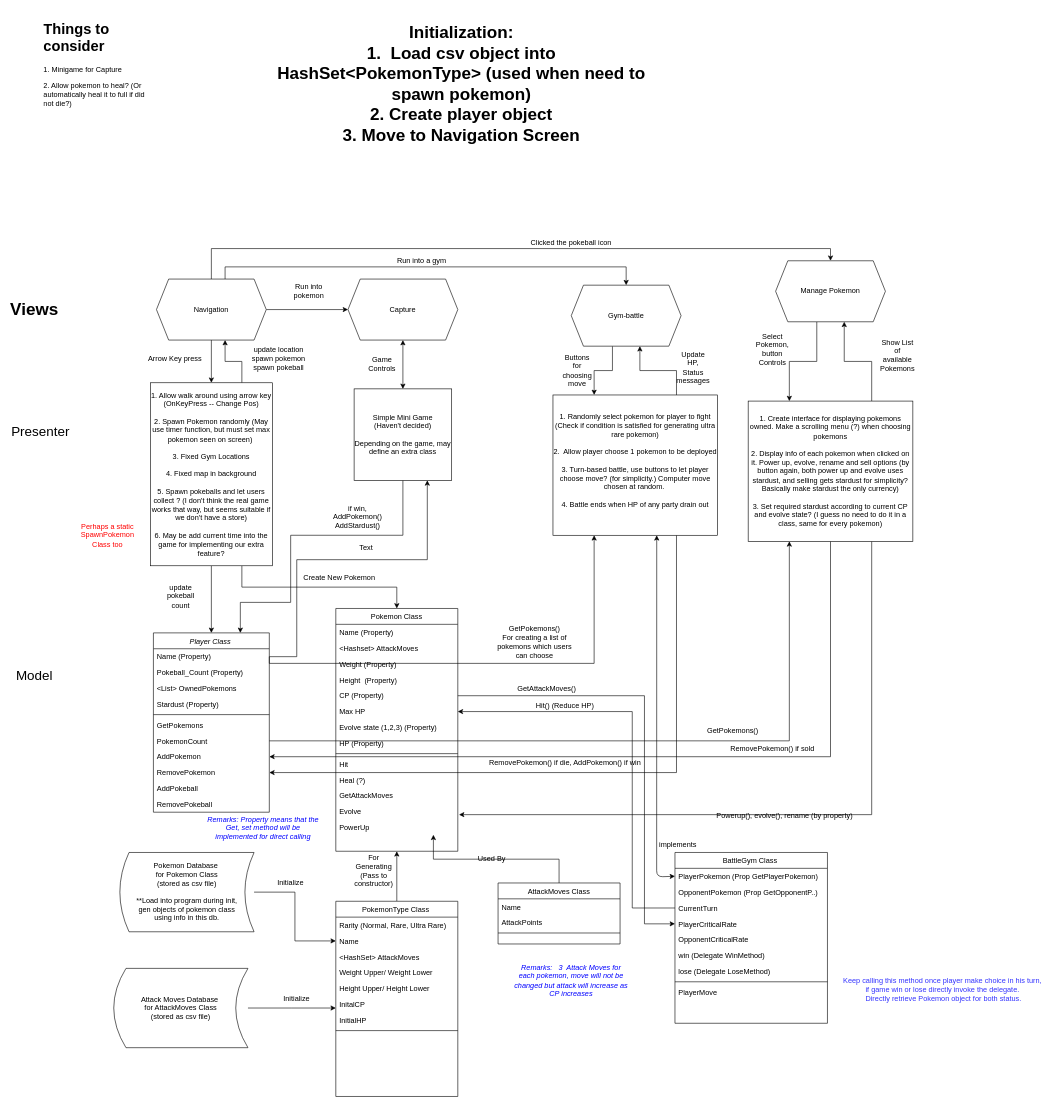
tpmmthomas/ierg3080-pokemon-go keeps this draw.io diagram as Untitled Diagram.drawio. Above is the earlier version. Source tidied: cells renumbered, new cells numbered last; positions are measured from the earlier drawing's top-left corner, leaving out a move shared by most shapes. Both pictures are drawn from the tidied source at 61%, with x=0, y=0 at pixel (22, 16).
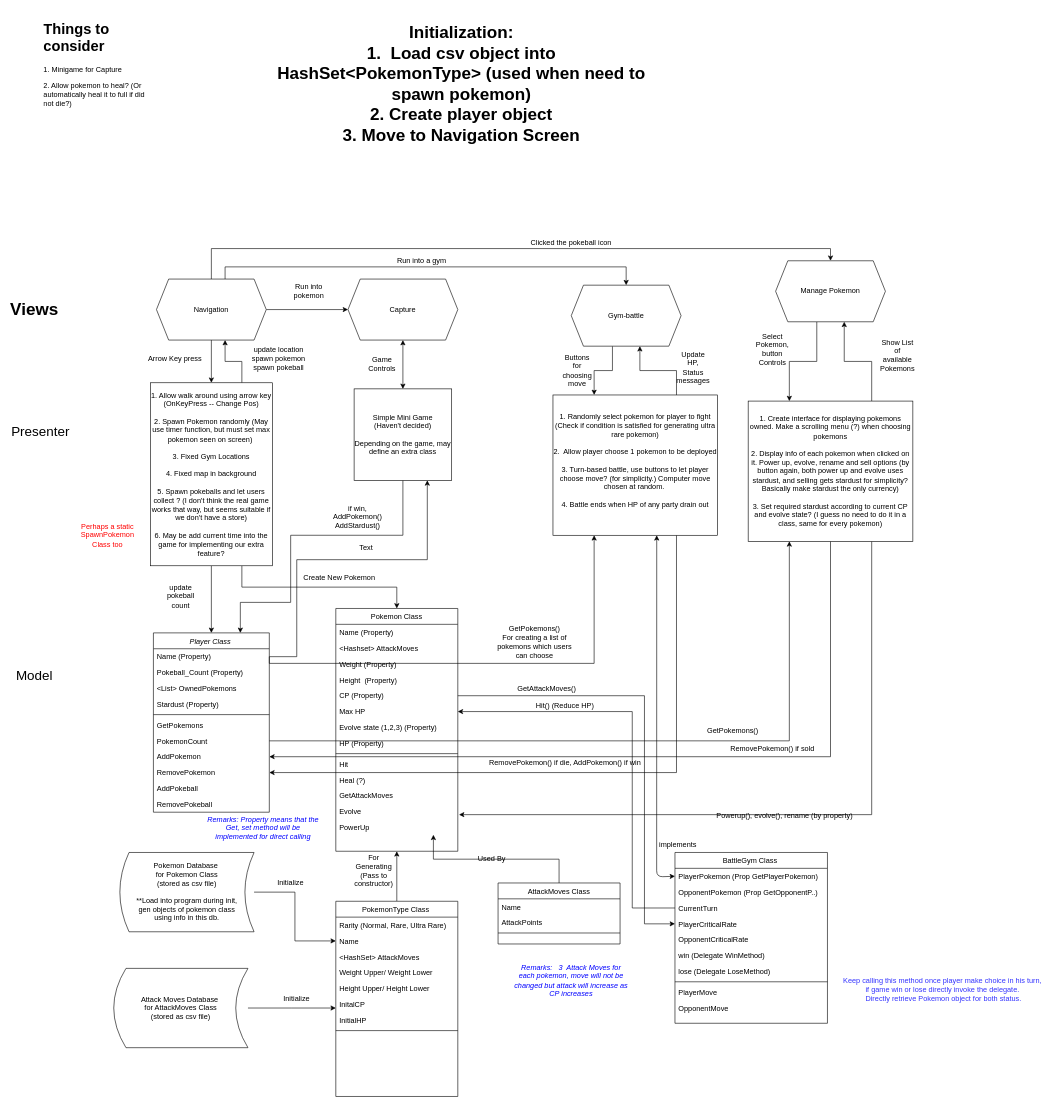
After the change.

The change refers to these unchanged cells:
```xml
<mxCell id="109" value="BattleGym Class " style="swimlane;fontStyle=0;align=center;verticalAlign=top;horizontal=1;startSize=26;rounded=0;shadow=0;strokeWidth=1;" parent="1" vertex="1">
  <mxGeometry x="1070" y="1370" width="250" height="280" as="geometry" />
</mxCell>
```

What changed in the source:
```diff
@@
+    <mxCell id="124" value="OpponentMove" style="text;align=left;verticalAlign=top;spacingLeft=4;spacingRight=4;overflow=hidden;rounded=0;shadow=0;html=0;" parent="109" vertex="1">
+      <mxGeometry y="242" width="250" height="26" as="geometry" />
+    </mxCell>
```
